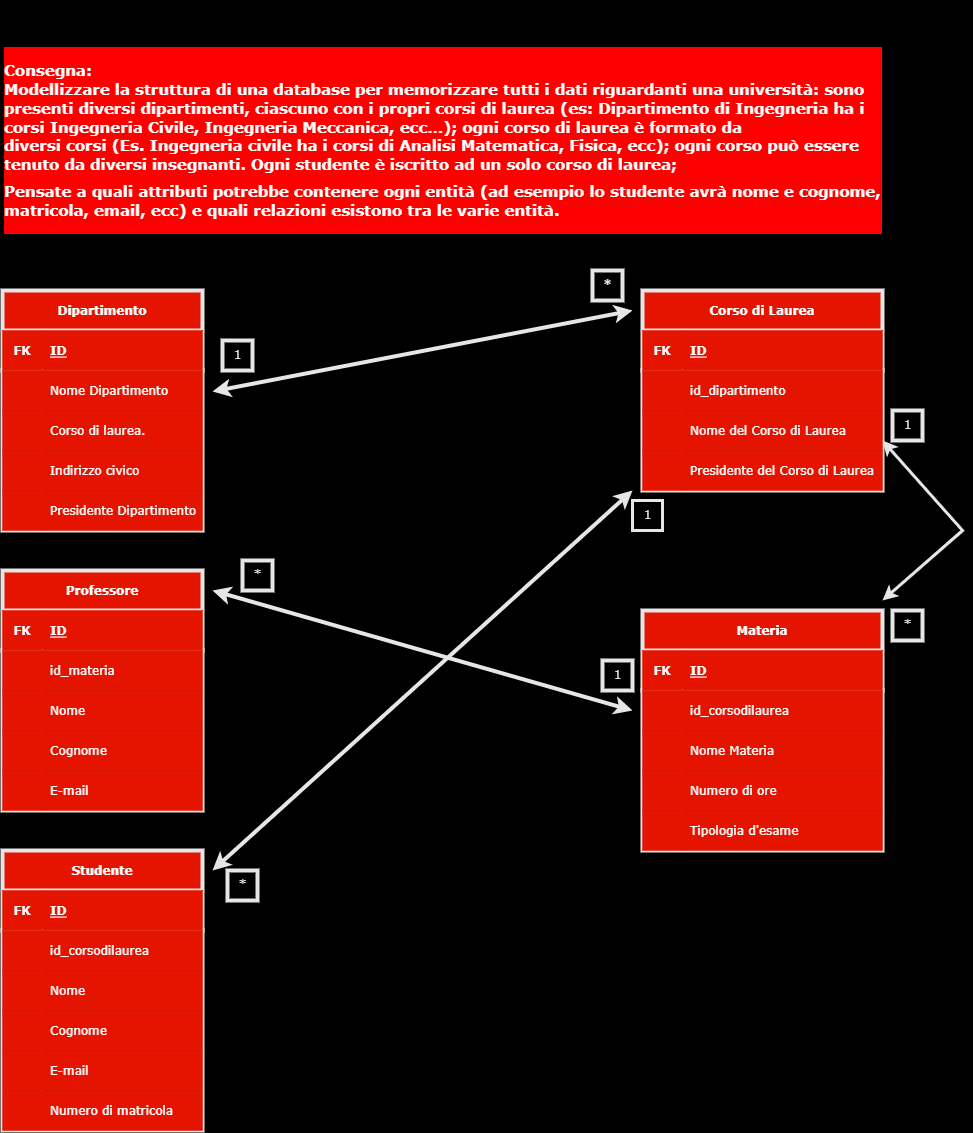
Earlier version of the draw.io export database diagram/Diagramma E-R.drawio.png (davidectna/db-university). Source tidied: cells renumbered, new cells last; positions are measured from the earlier drawing's top-left corner, leaving out a move shared by most shapes.
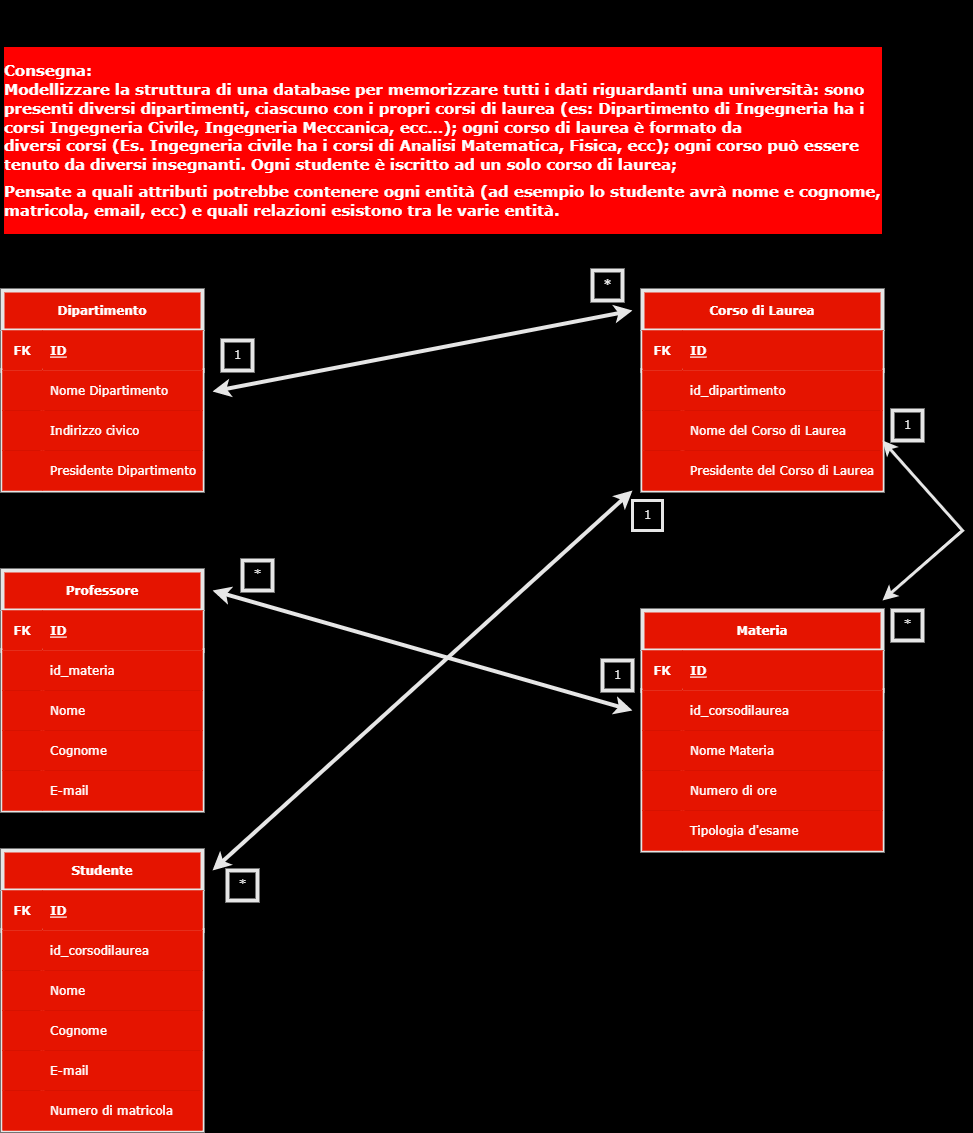
After the change.

The edit, as a diff of the source:
```diff
@@ -6,7 +6,7 @@
       <mxGeometry width="880" height="280" as="geometry" />
     </mxCell>
     <mxCell id="3" value="Dipartimento" style="shape=table;startSize=40;rowLines=0;fontStyle=1;align=center;labelBackgroundColor=none;labelBorderColor=none;fontFamily=Verdana;fillColor=#e51400;strokeColor=#E6E6E6;fontColor=#ffffff;strokeWidth=4;" parent="1" vertex="1">
-      <mxGeometry y="290" width="200" height="240" as="geometry" />
+      <mxGeometry y="290" width="200" height="200" as="geometry" />
     </mxCell>
     <mxCell id="4" style="shape=tableRow;horizontal=0;startSize=0;swimlaneHead=0;swimlaneBody=0;fillColor=#e51400;top=0;left=0;right=0;bottom=1;labelBackgroundColor=none;labelBorderColor=none;fontFamily=Verdana;strokeColor=#E6E6E6;fontColor=#ffffff;strokeWidth=4;" parent="3" vertex="1">
       <mxGeometry y="40" width="200" height="40" as="geometry" />
@@ -26,17 +26,8 @@
     <mxCell id="9" value="Nome Dipartimento" style="shape=partialRectangle;fillColor=#e51400;top=0;left=0;bottom=0;right=0;align=left;spacingLeft=6;overflow=hidden;labelBackgroundColor=none;labelBorderColor=none;fontFamily=Verdana;strokeColor=#E6E6E6;fontColor=#ffffff;strokeWidth=4;" parent="7" vertex="1">
       <mxGeometry x="40" width="160" height="40" as="geometry" />
     </mxCell>
-    <mxCell id="10" style="shape=tableRow;horizontal=0;startSize=0;swimlaneHead=0;swimlaneBody=0;fillColor=#e51400;top=0;left=0;right=0;bottom=0;labelBackgroundColor=none;labelBorderColor=none;fontFamily=Verdana;strokeColor=#E6E6E6;fontColor=#ffffff;strokeWidth=4;" parent="3" vertex="1">
-      <mxGeometry y="120" width="200" height="40" as="geometry" />
-    </mxCell>
-    <mxCell id="11" style="shape=partialRectangle;fillColor=#e51400;top=0;left=0;bottom=0;right=0;overflow=hidden;labelBackgroundColor=none;labelBorderColor=none;fontFamily=Verdana;strokeColor=#E6E6E6;fontColor=#ffffff;strokeWidth=4;" parent="10" vertex="1">
-      <mxGeometry width="40" height="40" as="geometry" />
-    </mxCell>
-    <mxCell id="12" value="Corso di laurea." style="shape=partialRectangle;fillColor=#e51400;top=0;left=0;bottom=0;right=0;align=left;spacingLeft=6;overflow=hidden;labelBackgroundColor=none;labelBorderColor=none;fontFamily=Verdana;strokeColor=#E6E6E6;fontColor=#ffffff;strokeWidth=4;" parent="10" vertex="1">
-      <mxGeometry x="40" width="160" height="40" as="geometry" />
-    </mxCell>
     <mxCell id="13" style="shape=tableRow;horizontal=0;startSize=0;swimlaneHead=0;swimlaneBody=0;fillColor=#e51400;top=0;left=0;right=0;bottom=0;labelBackgroundColor=none;labelBorderColor=none;fontFamily=Verdana;strokeColor=#E6E6E6;fontColor=#ffffff;strokeWidth=4;" parent="3" vertex="1">
-      <mxGeometry y="160" width="200" height="40" as="geometry" />
+      <mxGeometry y="120" width="200" height="40" as="geometry" />
     </mxCell>
     <mxCell id="14" style="shape=partialRectangle;fillColor=#e51400;top=0;left=0;bottom=0;right=0;overflow=hidden;labelBackgroundColor=none;labelBorderColor=none;fontFamily=Verdana;strokeColor=#E6E6E6;fontColor=#ffffff;strokeWidth=4;" parent="13" vertex="1">
       <mxGeometry width="40" height="40" as="geometry" />
@@ -45,7 +36,7 @@
       <mxGeometry x="40" width="160" height="40" as="geometry" />
     </mxCell>
     <mxCell id="16" style="shape=tableRow;horizontal=0;startSize=0;swimlaneHead=0;swimlaneBody=0;fillColor=#e51400;top=0;left=0;right=0;bottom=0;labelBackgroundColor=none;labelBorderColor=none;fontFamily=Verdana;strokeColor=#E6E6E6;fontColor=#ffffff;strokeWidth=4;" parent="3" vertex="1">
-      <mxGeometry y="200" width="200" height="40" as="geometry" />
+      <mxGeometry y="160" width="200" height="40" as="geometry" />
     </mxCell>
     <mxCell id="17" style="shape=partialRectangle;fillColor=#e51400;top=0;left=0;bottom=0;right=0;overflow=hidden;labelBackgroundColor=none;labelBorderColor=none;fontFamily=Verdana;strokeColor=#E6E6E6;fontColor=#ffffff;strokeWidth=4;" parent="16" vertex="1">
       <mxGeometry width="40" height="40" as="geometry" />
```
